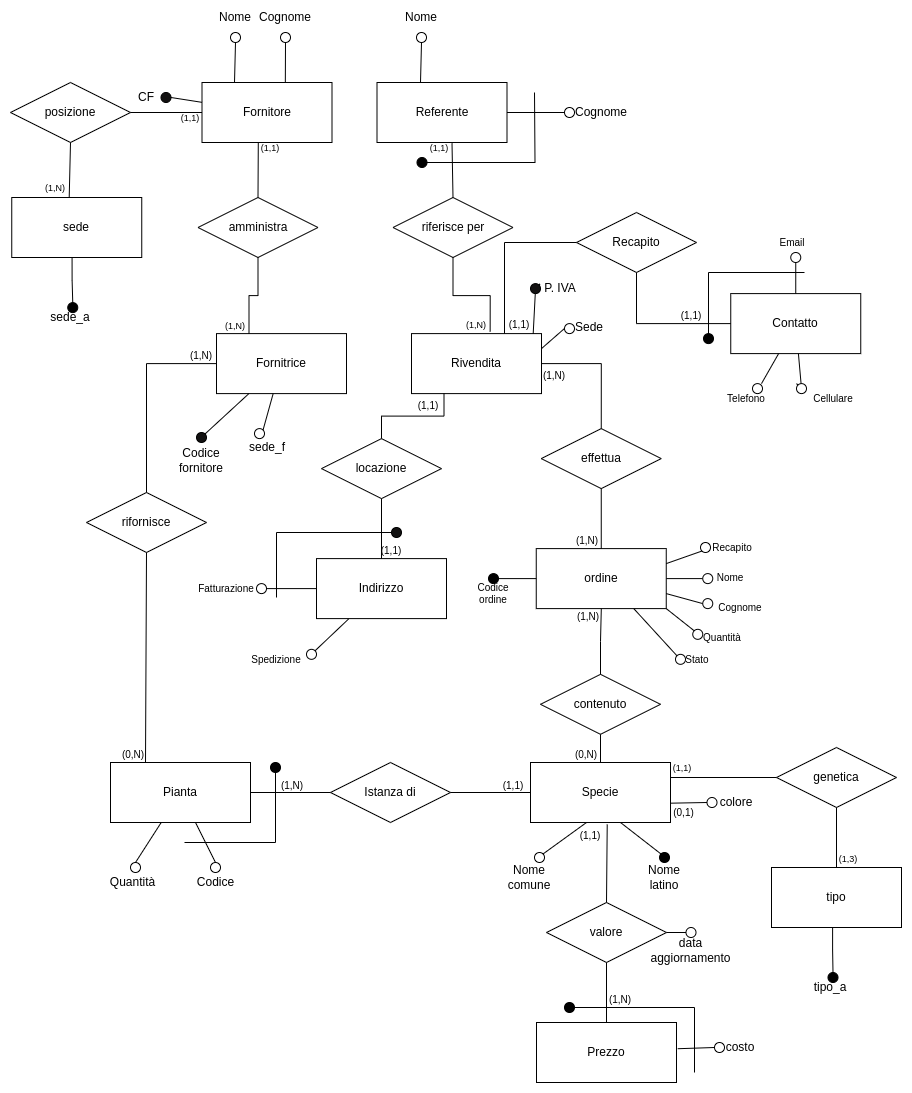
The draw.io diagram ER_schema/PROG_LOGICA/attr_id.png in zeroParanoie/PROGETTO_BD, before a commit. Source tidied: cells renumbered, new cells last; positions are measured from the earlier drawing's top-left corner, leaving out a move shared by most shapes.
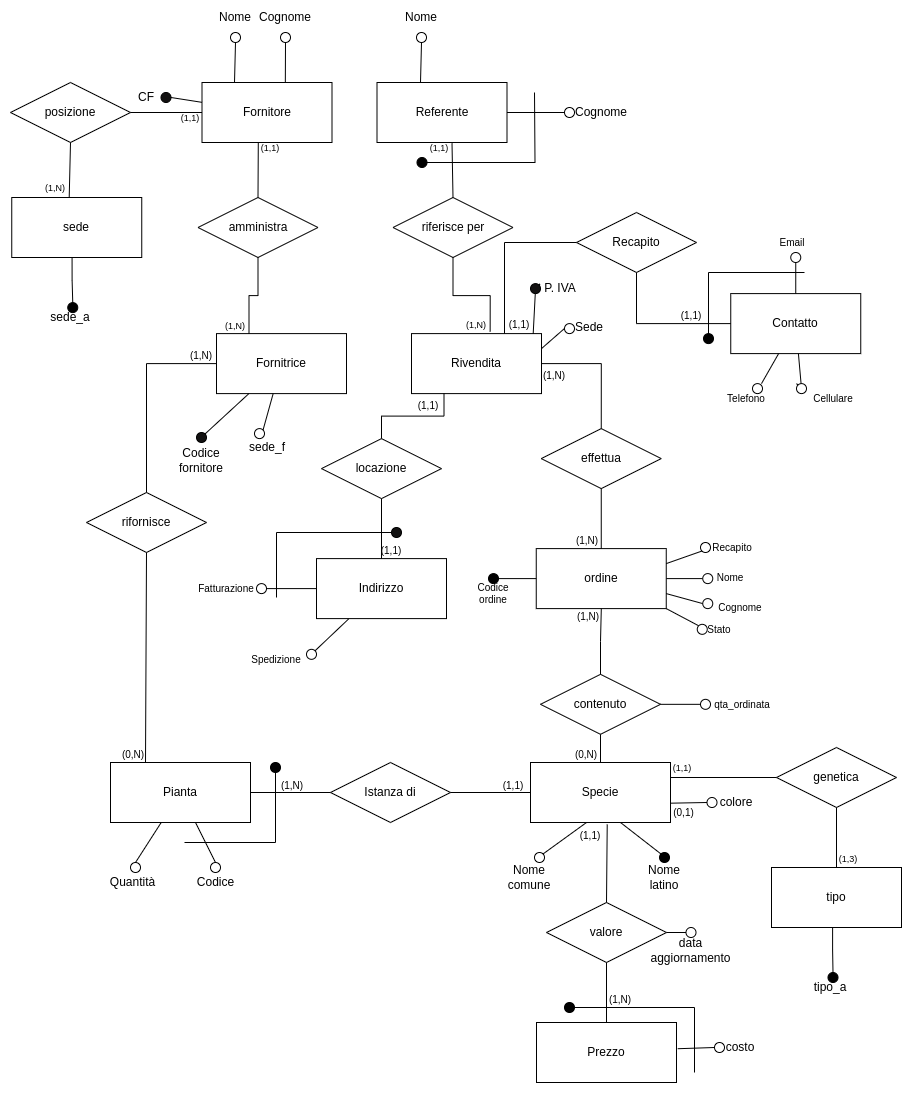
Above is the later version.

The edit, as a diff of the source:
```diff
@@ -272,15 +272,6 @@
     <mxCell id="81" value="Cognome" style="text;html=1;strokeColor=none;fillColor=none;align=center;verticalAlign=middle;whiteSpace=wrap;rounded=0;fontSize=10;" parent="1" vertex="1">
       <mxGeometry x="700" y="580" width="60" height="30" as="geometry" />
     </mxCell>
-    <mxCell id="82" style="endArrow=none;html=1;rounded=0;exitX=1;exitY=1;exitDx=0;exitDy=0;entryX=0;entryY=0;entryDx=0;entryDy=0;" parent="1" edge="1" source="44" target="83">
-      <mxGeometry relative="1" as="geometry" />
-    </mxCell>
-    <mxCell id="83" style="ellipse;whiteSpace=wrap;html=1;" parent="1" vertex="1">
-      <mxGeometry x="682.2" y="616.8" width="10" height="10" as="geometry" />
-    </mxCell>
-    <mxCell id="84" value="Quantità" style="text;html=1;strokeColor=none;fillColor=none;align=center;verticalAlign=middle;whiteSpace=wrap;rounded=0;fontSize=10;" parent="1" vertex="1">
-      <mxGeometry x="682.2" y="610" width="60" height="30" as="geometry" />
-    </mxCell>
     <mxCell id="85" style="endArrow=none;html=1;rounded=0;exitX=0;exitY=0.5;exitDx=0;exitDy=0;entryX=1;entryY=0.5;entryDx=0;entryDy=0;" parent="1" edge="1" source="44" target="86">
       <mxGeometry relative="1" as="geometry" />
     </mxCell>
@@ -332,11 +323,11 @@
         </Array>
       </mxGeometry>
     </mxCell>
-    <mxCell id="100" style="endArrow=none;html=1;rounded=0;exitX=0.75;exitY=1;exitDx=0;exitDy=0;entryX=0;entryY=0;entryDx=0;entryDy=0;" parent="1" edge="1" source="44" target="119">
+    <mxCell id="100" style="endArrow=none;html=1;rounded=0;exitX=1;exitY=1;exitDx=0;exitDy=0;entryX=0;entryY=0;entryDx=0;entryDy=0;" parent="1" edge="1" source="44" target="119">
       <mxGeometry relative="1" as="geometry" />
     </mxCell>
     <mxCell id="101" value="Stato" style="text;html=1;strokeColor=none;fillColor=none;align=center;verticalAlign=middle;whiteSpace=wrap;rounded=0;fontSize=10;" parent="1" vertex="1">
-      <mxGeometry x="657.2" y="631.8" width="60" height="30" as="geometry" />
+      <mxGeometry x="679" y="601.8" width="60" height="30" as="geometry" />
     </mxCell>
     <mxCell id="102" value="&lt;p style=&quot;line-height: 70%; font-size: 10px;&quot;&gt;(1,N)&lt;/p&gt;" style="text;html=1;strokeColor=none;fillColor=none;align=center;verticalAlign=middle;whiteSpace=wrap;rounded=0;fontSize=10;" parent="1" vertex="1">
       <mxGeometry x="177" y="330.1" width="28" height="26" as="geometry" />
@@ -390,7 +381,7 @@
       <mxGeometry x="368" y="530" width="26" height="16" as="geometry" />
     </mxCell>
     <mxCell id="119" style="ellipse;whiteSpace=wrap;html=1;" parent="1" vertex="1">
-      <mxGeometry x="665" y="641.8" width="10" height="10" as="geometry" />
+      <mxGeometry x="686.8" y="611.8" width="10" height="10" as="geometry" />
     </mxCell>
     <mxCell id="120" value="Fornitore" style="whiteSpace=wrap;html=1;align=center;" parent="1" vertex="1">
       <mxGeometry x="191.5" y="70" width="130" height="60" as="geometry" />
@@ -543,5 +534,14 @@
     <mxCell id="168" value="&lt;font style=&quot;font-size: 9px;&quot;&gt;(1,1)&lt;/font&gt;" style="text;html=1;strokeColor=none;fillColor=none;align=center;verticalAlign=middle;whiteSpace=wrap;rounded=0;" parent="1" vertex="1">
       <mxGeometry x="660" y="745" width="24" height="20" as="geometry" />
     </mxCell>
+    <mxCell id="169" style="endArrow=none;html=1;rounded=0;exitX=1;exitY=0.5;exitDx=0;exitDy=0;entryX=0;entryY=0.5;entryDx=0;entryDy=0;" parent="1" edge="1" source="46" target="170">
+      <mxGeometry relative="1" as="geometry" />
+    </mxCell>
+    <mxCell id="170" style="ellipse;whiteSpace=wrap;html=1;" parent="1" vertex="1">
+      <mxGeometry x="690" y="686.8" width="10" height="10" as="geometry" />
+    </mxCell>
+    <mxCell id="171" value="qta_ordinata" style="text;html=1;strokeColor=none;fillColor=none;align=center;verticalAlign=middle;whiteSpace=wrap;rounded=0;fontSize=10;" parent="1" vertex="1">
+      <mxGeometry x="702.2" y="676.8" width="60" height="30" as="geometry" />
+    </mxCell>
   </root>
 </mxGraphModel>
```
